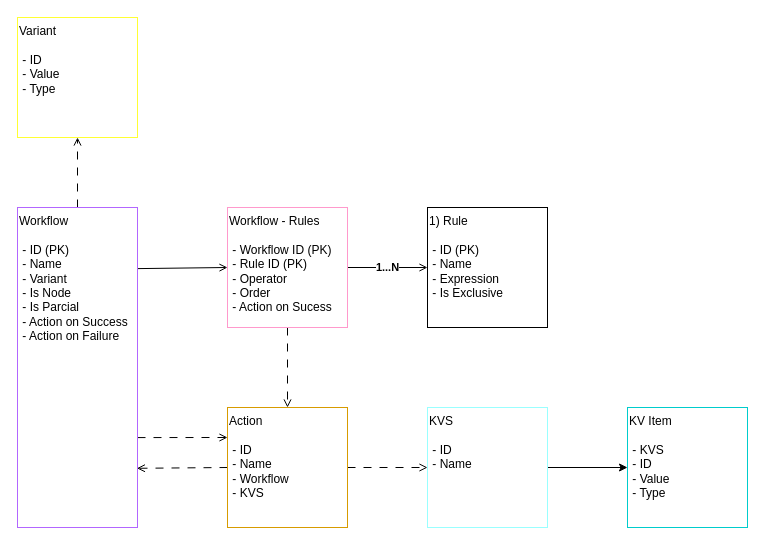
Before: page "Connections" (1 of 3) of NRule.drawio in edervzz/nrules, a draw.io diagram. Source tidied: cells renumbered, new cells numbered last; positions are measured from the earlier drawing's top-left corner, leaving out a move shared by most shapes. Both pictures are drawn from the tidied source at 100%, with x=0, y=0 at pixel (17, 17).
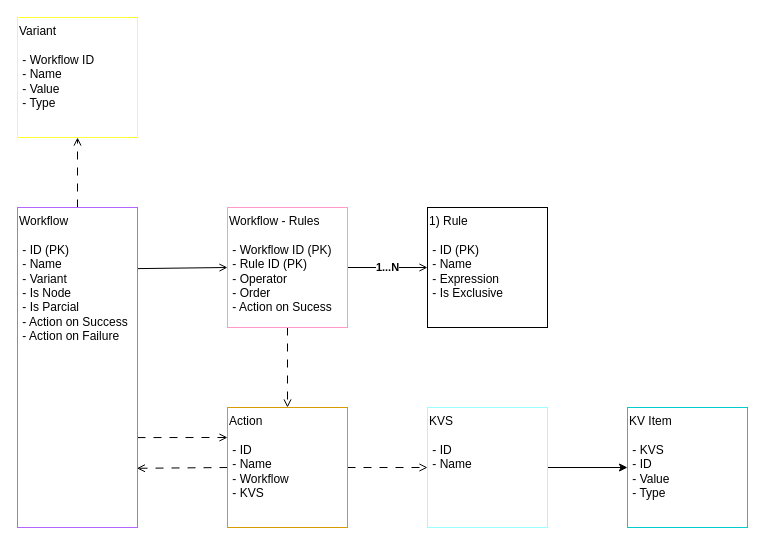
After the change.

What changed in the source:
```diff
@@
 <mxGraphModel>
   <root>
     <mxCell id="0" />
     <mxCell id="1" parent="0" />
     <mxCell id="2" style="edgeStyle=none;html=1;dashed=1;endArrow=open;endFill=0;dashPattern=8 8;" parent="1" edge="1" source="4" target="15">
       <mxGeometry relative="1" as="geometry" />
     </mxCell>
     <mxCell id="3" style="edgeStyle=none;html=1;entryX=0.995;entryY=0.815;entryDx=0;entryDy=0;exitX=0;exitY=0.5;exitDx=0;exitDy=0;entryPerimeter=0;endArrow=open;endFill=0;dashed=1;dashPattern=8 8;" parent="1" edge="1" source="4" target="9">
       <mxGeometry relative="1" as="geometry" />
     </mxCell>
     <mxCell id="4" value="Action&lt;br&gt;&lt;br&gt;&amp;nbsp;- ID&lt;br&gt;&amp;nbsp;- Name&lt;br&gt;&amp;nbsp;- Workflow&lt;br&gt;&amp;nbsp;- KVS" style="rounded=0;whiteSpace=wrap;html=1;strokeColor=#d79b00;fillColor=none;gradientColor=#ffa500;align=left;verticalAlign=top;" parent="1" vertex="1">
       <mxGeometry x="210" y="390" width="120" height="120" as="geometry" />
     </mxCell>
-    <mxCell id="5" value="Variant&lt;br&gt;&lt;br&gt;&amp;nbsp;- ID&lt;br&gt;&amp;nbsp;- Value&lt;br&gt;&amp;nbsp;- Type" style="rounded=0;whiteSpace=wrap;html=1;strokeColor=#FFFF33;fillColor=none;gradientColor=#ffd966;align=left;verticalAlign=top;" parent="1" vertex="1">
+    <mxCell id="5" value="Variant&lt;br&gt;&lt;br&gt;&amp;nbsp;- Workflow ID&lt;br&gt;&amp;nbsp;- Name&lt;br&gt;&amp;nbsp;- Value&lt;br&gt;&amp;nbsp;- Type" style="rounded=0;whiteSpace=wrap;html=1;strokeColor=#FFFF33;fillColor=none;gradientColor=#ffd966;align=left;verticalAlign=top;" parent="1" vertex="1">
       <mxGeometry width="120" height="120" as="geometry" />
     </mxCell>
     <mxCell id="6" style="edgeStyle=none;html=1;entryX=0;entryY=0.5;entryDx=0;entryDy=0;exitX=0.998;exitY=0.191;exitDx=0;exitDy=0;exitPerimeter=0;endArrow=open;endFill=0;" parent="1" edge="1" source="9" target="13">
       <mxGeometry relative="1" as="geometry" />
     </mxCell>
     <mxCell id="7" style="edgeStyle=none;html=1;entryX=0.5;entryY=1;entryDx=0;entryDy=0;endArrow=open;endFill=0;dashed=1;dashPattern=8 8;" parent="1" edge="1" source="9" target="5">
       <mxGeometry relative="1" as="geometry" />
     </mxCell>
     <mxCell id="8" style="edgeStyle=none;html=1;entryX=0;entryY=0.25;entryDx=0;entryDy=0;dashed=1;dashPattern=8 8;endArrow=open;endFill=0;exitX=1;exitY=0.719;exitDx=0;exitDy=0;exitPerimeter=0;" parent="1" edge="1" source="9" target="4">
       <mxGeometry relative="1" as="geometry" />
     </mxCell>
     <mxCell id="9" value="Workflow&lt;br&gt;&lt;br&gt;&amp;nbsp;- ID (PK)&lt;br&gt;&amp;nbsp;- Name&lt;br&gt;&amp;nbsp;- Variant&lt;br&gt;&amp;nbsp;- Is Node&lt;br&gt;&amp;nbsp;- Is Parcial&lt;br&gt;&amp;nbsp;- Action on Success&lt;br&gt;&amp;nbsp;- Action on Failure" style="rounded=0;whiteSpace=wrap;html=1;verticalAlign=top;align=left;fillColor=none;strokeColor=#B266FF;gradientDirection=south;gradientColor=#7ea6e0;" parent="1" vertex="1">
       <mxGeometry y="190" width="120" height="320" as="geometry" />
     </mxCell>
     <mxCell id="10" value="1) Rule&lt;br&gt;&lt;br&gt;&amp;nbsp;- ID (PK)&lt;br&gt;&amp;nbsp;- Name&lt;br&gt;&amp;nbsp;- Expression&lt;br&gt;&amp;nbsp;- Is Exclusive" style="rounded=0;whiteSpace=wrap;html=1;align=left;verticalAlign=top;" parent="1" vertex="1">
       <mxGeometry x="410" y="190" width="120" height="120" as="geometry" />
     </mxCell>
     <mxCell id="11" value="1...N" style="edgeStyle=none;html=1;fontStyle=1;endArrow=open;endFill=0;" parent="1" edge="1" source="13" target="10">
       <mxGeometry relative="1" as="geometry" />
     </mxCell>
     <mxCell id="12" style="edgeStyle=none;html=1;endArrow=open;endFill=0;dashed=1;dashPattern=8 8;" parent="1" edge="1" source="13" target="4">
       <mxGeometry relative="1" as="geometry" />
     </mxCell>
     <mxCell id="13" value="Workflow - Rules&lt;br&gt;&lt;br&gt;&amp;nbsp;- Workflow ID (PK)&lt;br&gt;&amp;nbsp;- Rule ID (PK)&lt;br&gt;&amp;nbsp;- Operator&lt;br&gt;&amp;nbsp;- Order&lt;br&gt;&amp;nbsp;- Action on Sucess" style="rounded=0;whiteSpace=wrap;html=1;strokeColor=#FF99CC;fillColor=none;gradientColor=#ffa500;align=left;verticalAlign=top;" parent="1" vertex="1">
       <mxGeometry x="210" y="190" width="120" height="120" as="geometry" />
     </mxCell>
     <mxCell id="14" style="edgeStyle=none;html=1;" parent="1" edge="1" source="15" target="16">
       <mxGeometry relative="1" as="geometry" />
     </mxCell>
     <mxCell id="15" value="KVS&lt;br&gt;&lt;br&gt;&amp;nbsp;- ID&lt;br&gt;&amp;nbsp;- Name" style="rounded=0;whiteSpace=wrap;html=1;strokeColor=#99FFFF;fillColor=none;gradientColor=#ffa500;align=left;verticalAlign=top;" parent="1" vertex="1">
       <mxGeometry x="410" y="390" width="120" height="120" as="geometry" />
     </mxCell>
     <mxCell id="16" value="KV Item&lt;br&gt;&lt;br&gt;&amp;nbsp;- KVS&lt;br&gt;&amp;nbsp;- ID&lt;br&gt;&amp;nbsp;- Value&lt;br&gt;&amp;nbsp;- Type" style="rounded=0;whiteSpace=wrap;html=1;strokeColor=#00CCCC;fillColor=none;gradientColor=#ffa500;align=left;verticalAlign=top;" parent="1" vertex="1">
       <mxGeometry x="610" y="390" width="120" height="120" as="geometry" />
     </mxCell>
   </root>
 </mxGraphModel>
```
